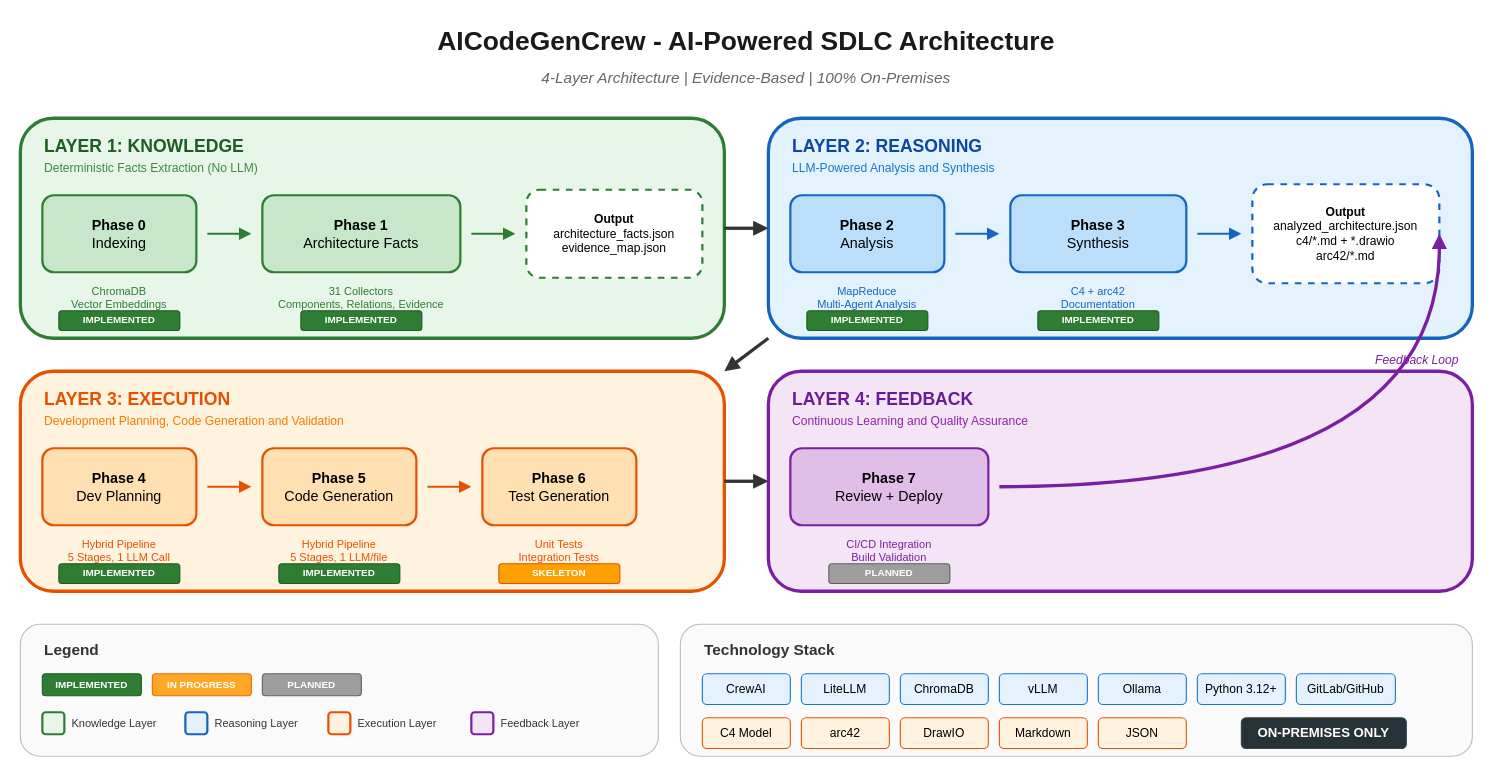
Above: docs/diagrams/sdlc-overview.drawio in aymenmastouri/aicodegencrew (draw.io), before the change. Source tidied: cells renumbered, new cells numbered last; positions are measured from the earlier drawing's top-left corner, leaving out a move shared by most shapes. Both pictures are drawn from the tidied source at 110%, with x=0, y=0 at pixel (20, 19).
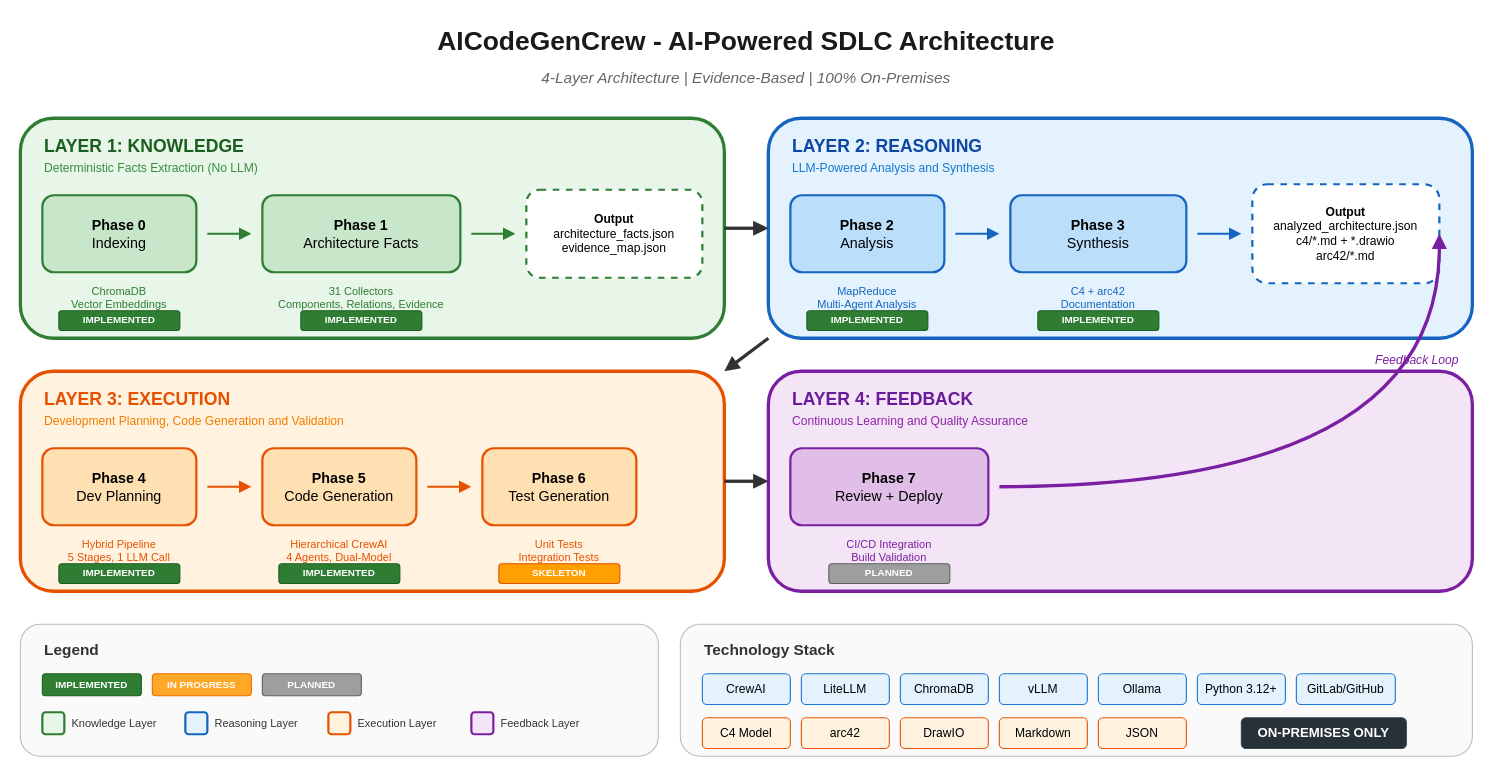
Above is the later version.

Commit message (it also covers changes not shown here):
docs: update diagrams and architecture docs for Phase 5 hierarchical crew redesign

The edit, as a diff of the source:
```diff
@@
-    <mxCell id="36" value="Hybrid Pipeline&lt;br&gt;5 Stages, 1 LLM/file" style="text;html=1;strokeColor=none;fillColor=none;align=center;verticalAlign=top;whiteSpace=wrap;rounded=0;fontSize=10;fontColor=#E65100;" parent="1" vertex="1">
+    <mxCell id="36" value="Hierarchical CrewAI&lt;br&gt;4 Agents, Dual-Model" style="text;html=1;strokeColor=none;fillColor=none;align=center;verticalAlign=top;whiteSpace=wrap;rounded=0;fontSize=10;fontColor=#E65100;" parent="1" vertex="1">
       <mxGeometry x="220" y="465" width="140" height="35" as="geometry" />
     </mxCell>
```
